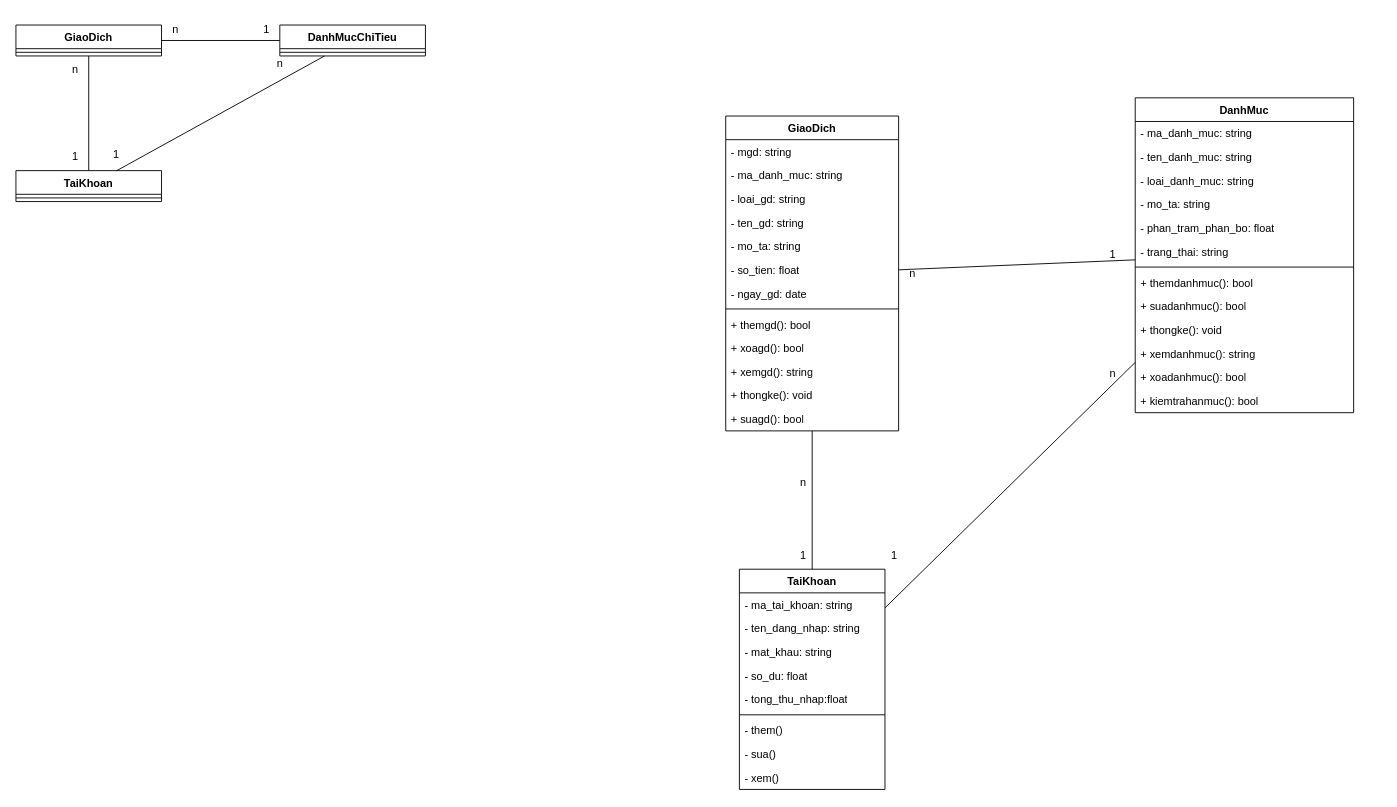
This is 031925ClassDiagram.drawio from huyga1185/quanLyKTX_22CT4, a draw.io file, before an edit. Source tidied: cells renumbered, new cells numbered last; positions are measured from the earlier drawing's top-left corner, leaving out a move shared by most shapes. Both pictures are drawn from the tidied source at 91%, with x=0, y=0 at pixel (15, 15).
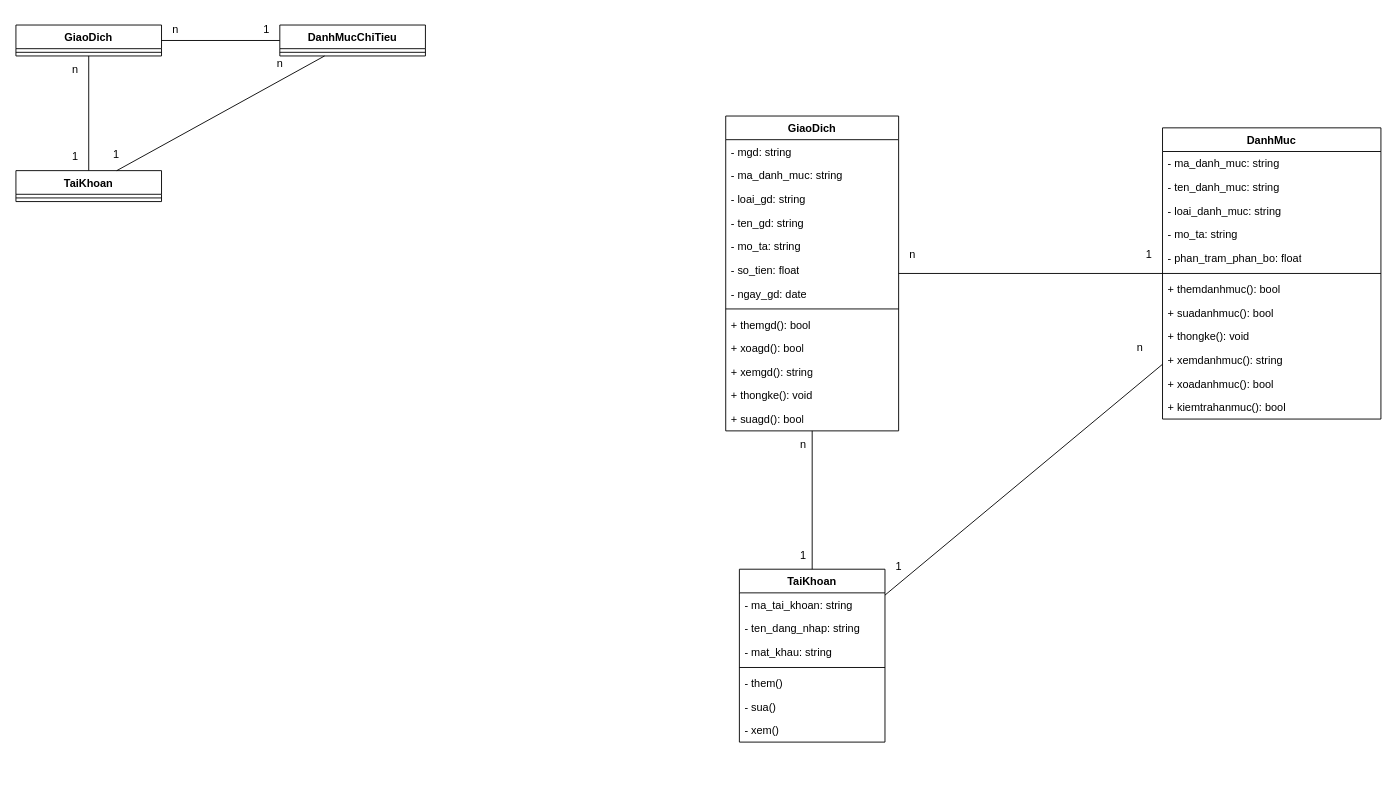
The same page after the edit.

Diff of the diagram source:
```diff
@@
     <mxCell id="31" value="DanhMuc" style="swimlane;fontStyle=1;align=center;verticalAlign=top;horizontal=1;startSize=26;whiteSpace=wrap;html=1;" parent="1" vertex="1">
-      <mxGeometry x="1230" y="90" width="240" height="346" as="geometry" />
+      <mxGeometry x="1260" y="123" width="240" height="320" as="geometry" />
     </mxCell>
@@
-    <mxCell id="37" value="- trang_thai: string" style="text;strokeColor=none;fillColor=none;align=left;verticalAlign=top;spacingLeft=4;spacingRight=4;overflow=hidden;whiteSpace=wrap;html=1;" parent="31" vertex="1">
-      <mxGeometry y="156" width="240" height="26" as="geometry" />
-    </mxCell>
     <mxCell id="38" style="line;strokeWidth=1;fillColor=none;align=left;verticalAlign=middle;spacingTop=-1;spacingLeft=3;spacingRight=3;labelPosition=right;strokeColor=inherit;" parent="31" vertex="1">
-      <mxGeometry y="182" width="240" height="8" as="geometry" />
+      <mxGeometry y="156" width="240" height="8" as="geometry" />
     </mxCell>
     <mxCell id="39" value="+ themdanhmuc(): bool" style="text;strokeColor=none;fillColor=none;align=left;verticalAlign=top;spacingLeft=4;spacingRight=4;overflow=hidden;whiteSpace=wrap;html=1;" parent="31" vertex="1">
-      <mxGeometry y="190" width="240" height="26" as="geometry" />
+      <mxGeometry y="164" width="240" height="26" as="geometry" />
     </mxCell>
     <mxCell id="40" value="+ suadanhmuc(): bool" style="text;strokeColor=none;fillColor=none;align=left;verticalAlign=top;spacingLeft=4;spacingRight=4;overflow=hidden;whiteSpace=wrap;html=1;" parent="31" vertex="1">
-      <mxGeometry y="216" width="240" height="26" as="geometry" />
+      <mxGeometry y="190" width="240" height="26" as="geometry" />
     </mxCell>
     <mxCell id="41" value="+ thongke(): void" style="text;strokeColor=none;fillColor=none;align=left;verticalAlign=top;spacingLeft=4;spacingRight=4;overflow=hidden;whiteSpace=wrap;html=1;" parent="31" vertex="1">
-      <mxGeometry y="242" width="240" height="26" as="geometry" />
+      <mxGeometry y="216" width="240" height="26" as="geometry" />
     </mxCell>
     <mxCell id="42" value="+ xemdanhmuc(): string" style="text;strokeColor=none;fillColor=none;align=left;verticalAlign=top;spacingLeft=4;spacingRight=4;overflow=hidden;whiteSpace=wrap;html=1;" parent="31" vertex="1">
-      <mxGeometry y="268" width="240" height="26" as="geometry" />
+      <mxGeometry y="242" width="240" height="26" as="geometry" />
     </mxCell>
     <mxCell id="43" value="+ xoadanhmuc(): bool" style="text;strokeColor=none;fillColor=none;align=left;verticalAlign=top;spacingLeft=4;spacingRight=4;overflow=hidden;whiteSpace=wrap;html=1;" parent="31" vertex="1">
-      <mxGeometry y="294" width="240" height="26" as="geometry" />
+      <mxGeometry y="268" width="240" height="26" as="geometry" />
     </mxCell>
     <mxCell id="44" value="+ kiemtrahanmuc(): bool" style="text;strokeColor=none;fillColor=none;align=left;verticalAlign=top;spacingLeft=4;spacingRight=4;overflow=hidden;whiteSpace=wrap;html=1;" parent="31" vertex="1">
-      <mxGeometry y="320" width="240" height="26" as="geometry" />
+      <mxGeometry y="294" width="240" height="26" as="geometry" />
     </mxCell>
     <mxCell id="45" value="TaiKhoan" style="swimlane;fontStyle=1;align=center;verticalAlign=top;horizontal=1;startSize=26;whiteSpace=wrap;html=1;" parent="1" vertex="1">
-      <mxGeometry x="795" y="608" width="160" height="242" as="geometry" />
+      <mxGeometry x="795" y="608" width="160" height="190" as="geometry" />
     </mxCell>
@@
-    <mxCell id="49" value="- so_du: float" style="text;strokeColor=none;fillColor=none;align=left;verticalAlign=top;spacingLeft=4;spacingRight=4;overflow=hidden;whiteSpace=wrap;html=1;" parent="45" vertex="1">
-      <mxGeometry y="104" width="160" height="26" as="geometry" />
-    </mxCell>
-    <mxCell id="50" value="- tong_thu_nhap:float" style="text;strokeColor=none;fillColor=none;align=left;verticalAlign=top;spacingLeft=4;spacingRight=4;overflow=hidden;whiteSpace=wrap;html=1;" parent="45" vertex="1">
-      <mxGeometry y="130" width="160" height="26" as="geometry" />
-    </mxCell>
     <mxCell id="51" style="line;strokeWidth=1;fillColor=none;align=left;verticalAlign=middle;spacingTop=-1;spacingLeft=3;spacingRight=3;labelPosition=right;strokeColor=inherit;" parent="45" vertex="1">
-      <mxGeometry y="156" width="160" height="8" as="geometry" />
+      <mxGeometry y="104" width="160" height="8" as="geometry" />
     </mxCell>
     <mxCell id="52" value="- them()" style="text;strokeColor=none;fillColor=none;align=left;verticalAlign=top;spacingLeft=4;spacingRight=4;overflow=hidden;whiteSpace=wrap;html=1;" parent="45" vertex="1">
-      <mxGeometry y="164" width="160" height="26" as="geometry" />
+      <mxGeometry y="112" width="160" height="26" as="geometry" />
     </mxCell>
     <mxCell id="53" value="- sua()" style="text;strokeColor=none;fillColor=none;align=left;verticalAlign=top;spacingLeft=4;spacingRight=4;overflow=hidden;whiteSpace=wrap;html=1;" parent="45" vertex="1">
-      <mxGeometry y="190" width="160" height="26" as="geometry" />
+      <mxGeometry y="138" width="160" height="26" as="geometry" />
     </mxCell>
     <mxCell id="54" value="- xem()" style="text;strokeColor=none;fillColor=none;align=left;verticalAlign=top;spacingLeft=4;spacingRight=4;overflow=hidden;whiteSpace=wrap;html=1;" parent="45" vertex="1">
-      <mxGeometry y="216" width="160" height="26" as="geometry" />
+      <mxGeometry y="164" width="160" height="26" as="geometry" />
     </mxCell>
@@
     <mxCell id="58" value="n" style="text;html=1;align=center;verticalAlign=middle;strokeColor=none;fillColor=none;" parent="1" vertex="1">
-      <mxGeometry x="850" y="498" width="30" height="30" as="geometry" />
+      <mxGeometry x="850" y="456" width="30" height="30" as="geometry" />
     </mxCell>
@@
     <mxCell id="60" value="n" style="text;html=1;align=center;verticalAlign=middle;strokeColor=none;fillColor=none;" parent="1" vertex="1">
-      <mxGeometry x="970" y="268" width="30" height="30" as="geometry" />
+      <mxGeometry x="970" y="248" width="30" height="30" as="geometry" />
     </mxCell>
     <mxCell id="61" value="1" style="text;html=1;align=center;verticalAlign=middle;strokeColor=none;fillColor=none;" parent="1" vertex="1">
-      <mxGeometry x="1190" y="248" width="30" height="30" as="geometry" />
+      <mxGeometry x="1230" y="248" width="30" height="30" as="geometry" />
     </mxCell>
     <mxCell id="62" value="1" style="text;html=1;align=center;verticalAlign=middle;strokeColor=none;fillColor=none;" parent="1" vertex="1">
-      <mxGeometry x="950" y="578" width="30" height="30" as="geometry" />
+      <mxGeometry x="955" y="590" width="30" height="30" as="geometry" />
     </mxCell>
     <mxCell id="63" value="n" style="text;html=1;align=center;verticalAlign=middle;strokeColor=none;fillColor=none;" parent="1" vertex="1">
-      <mxGeometry x="1190" y="378" width="30" height="30" as="geometry" />
+      <mxGeometry x="1220" y="350" width="30" height="30" as="geometry" />
     </mxCell>
```
